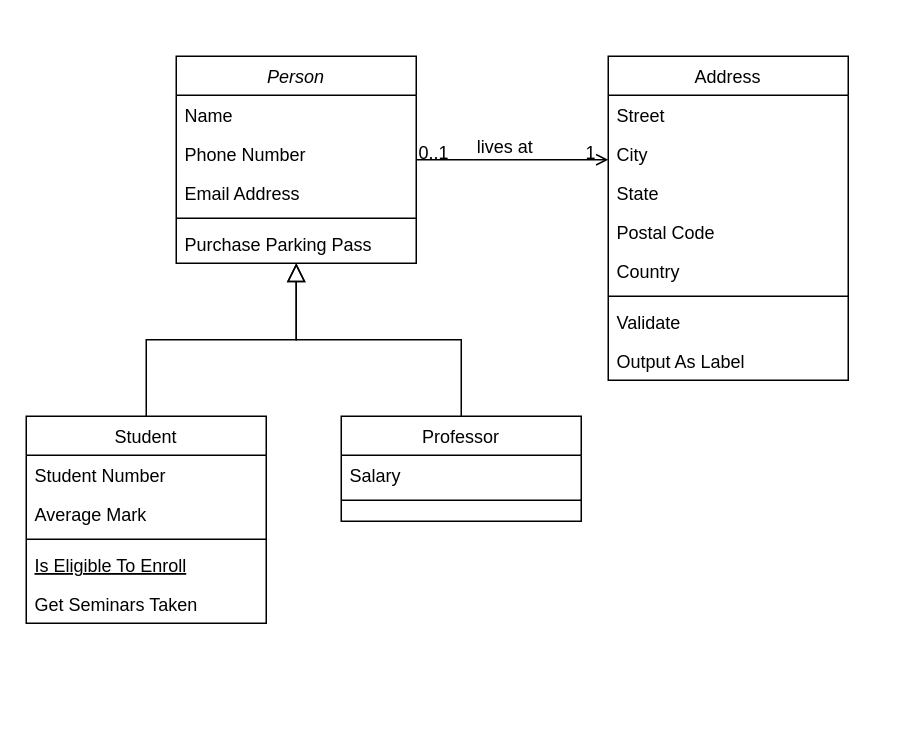
This is Use Case Diagrams/Untitled Diagram.drawio from gavinbarry60/group8, a draw.io file, before an edit. Source tidied: cells renumbered, new cells numbered last; positions are measured from the earlier drawing's top-left corner, leaving out a move shared by most shapes. Both pictures are drawn from the tidied source at 150%, with x=0, y=0 at pixel (26, 56).
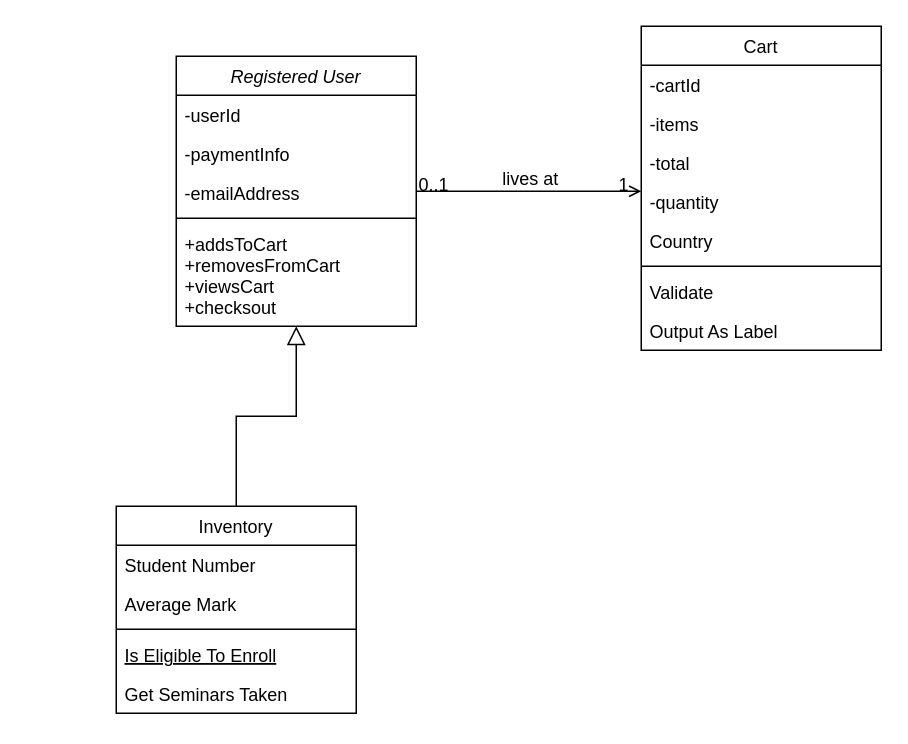
The same page after the edit.

Change to the diagram source:
```diff
@@
-    <mxCell id="2" value="Person" style="swimlane;fontStyle=2;align=center;verticalAlign=top;horizontal=1;startSize=26;rounded=0;shadow=0;strokeWidth=1;" parent="1" vertex="1">
-      <mxGeometry x="100" width="160" height="138" as="geometry" />
+    <mxCell id="2" value="Registered User" style="swimlane;fontStyle=2;align=center;verticalAlign=top;horizontal=1;startSize=26;rounded=0;shadow=0;strokeWidth=1;" parent="1" vertex="1">
+      <mxGeometry x="100" width="160" height="180" as="geometry" />
     </mxCell>
-    <mxCell id="3" value="Name" style="text;align=left;verticalAlign=top;spacingLeft=4;spacingRight=4;overflow=hidden;" parent="2" vertex="1">
+    <mxCell id="3" value="-userId" style="text;align=left;verticalAlign=top;spacingLeft=4;spacingRight=4;overflow=hidden;" parent="2" vertex="1">
       <mxGeometry y="26" width="160" height="26" as="geometry" />
     </mxCell>
-    <mxCell id="4" value="Phone Number" style="text;align=left;verticalAlign=top;spacingLeft=4;spacingRight=4;overflow=hidden;rounded=0;shadow=0;html=0;" parent="2" vertex="1">
+    <mxCell id="4" value="-paymentInfo" style="text;align=left;verticalAlign=top;spacingLeft=4;spacingRight=4;overflow=hidden;rounded=0;shadow=0;html=0;" parent="2" vertex="1">
       <mxGeometry y="52" width="160" height="26" as="geometry" />
     </mxCell>
-    <mxCell id="5" value="Email Address" style="text;align=left;verticalAlign=top;spacingLeft=4;spacingRight=4;overflow=hidden;rounded=0;shadow=0;html=0;" parent="2" vertex="1">
+    <mxCell id="5" value="-emailAddress" style="text;align=left;verticalAlign=top;spacingLeft=4;spacingRight=4;overflow=hidden;rounded=0;shadow=0;html=0;" parent="2" vertex="1">
       <mxGeometry y="78" width="160" height="26" as="geometry" />
     </mxCell>
@@
-    <mxCell id="7" value="Purchase Parking Pass" style="text;align=left;verticalAlign=top;spacingLeft=4;spacingRight=4;overflow=hidden;" parent="2" vertex="1">
-      <mxGeometry y="112" width="160" height="26" as="geometry" />
+    <mxCell id="7" value="+addsToCart&#10;+removesFromCart&#10;+viewsCart&#10;+checksout" style="text;align=left;verticalAlign=top;spacingLeft=4;spacingRight=4;overflow=hidden;" parent="2" vertex="1">
+      <mxGeometry y="112" width="160" height="68" as="geometry" />
     </mxCell>
-    <mxCell id="8" value="Student" style="swimlane;fontStyle=0;align=center;verticalAlign=top;horizontal=1;startSize=26;rounded=0;shadow=0;strokeWidth=1;" parent="1" vertex="1">
-      <mxGeometry y="240" width="160" height="138" as="geometry" />
+    <mxCell id="8" value="Inventory" style="swimlane;fontStyle=0;align=center;verticalAlign=top;horizontal=1;startSize=26;rounded=0;shadow=0;strokeWidth=1;" parent="1" vertex="1">
+      <mxGeometry x="60" y="300" width="160" height="138" as="geometry" />
     </mxCell>
@@
-    <mxCell id="15" value="Professor" style="swimlane;fontStyle=0;align=center;verticalAlign=top;horizontal=1;startSize=26;rounded=0;shadow=0;strokeWidth=1;" parent="1" vertex="1">
-      <mxGeometry x="210" y="240" width="160" height="70" as="geometry" />
-    </mxCell>
-    <mxCell id="16" value="Salary" style="text;align=left;verticalAlign=top;spacingLeft=4;spacingRight=4;overflow=hidden;" parent="15" vertex="1">
-      <mxGeometry y="26" width="160" height="26" as="geometry" />
-    </mxCell>
-    <mxCell id="17" style="line;html=1;strokeWidth=1;align=left;verticalAlign=middle;spacingTop=-1;spacingLeft=3;spacingRight=3;labelPosition=right;" parent="15" vertex="1">
-      <mxGeometry y="52" width="160" height="8" as="geometry" />
-    </mxCell>
-    <mxCell id="18" style="endArrow=block;endSize=10;endFill=0;shadow=0;strokeWidth=1;rounded=0;curved=0;edgeStyle=elbowEdgeStyle;elbow=vertical;" parent="1" edge="1" source="15" target="2">
-      <mxGeometry relative="1" as="geometry" />
-    </mxCell>
-    <mxCell id="19" value="Address" style="swimlane;fontStyle=0;align=center;verticalAlign=top;horizontal=1;startSize=26;rounded=0;shadow=0;strokeWidth=1;" parent="1" vertex="1">
-      <mxGeometry x="388" width="160" height="216" as="geometry" />
+    <mxCell id="19" value="Cart" style="swimlane;fontStyle=0;align=center;verticalAlign=top;horizontal=1;startSize=26;rounded=0;shadow=0;strokeWidth=1;" parent="1" vertex="1">
+      <mxGeometry x="410" y="-20" width="160" height="216" as="geometry" />
     </mxCell>
-    <mxCell id="20" value="Street" style="text;align=left;verticalAlign=top;spacingLeft=4;spacingRight=4;overflow=hidden;" parent="19" vertex="1">
+    <mxCell id="20" value="-cartId" style="text;align=left;verticalAlign=top;spacingLeft=4;spacingRight=4;overflow=hidden;" parent="19" vertex="1">
       <mxGeometry y="26" width="160" height="26" as="geometry" />
     </mxCell>
-    <mxCell id="21" value="City" style="text;align=left;verticalAlign=top;spacingLeft=4;spacingRight=4;overflow=hidden;rounded=0;shadow=0;html=0;" parent="19" vertex="1">
+    <mxCell id="21" value="-items" style="text;align=left;verticalAlign=top;spacingLeft=4;spacingRight=4;overflow=hidden;rounded=0;shadow=0;html=0;" parent="19" vertex="1">
       <mxGeometry y="52" width="160" height="26" as="geometry" />
     </mxCell>
-    <mxCell id="22" value="State" style="text;align=left;verticalAlign=top;spacingLeft=4;spacingRight=4;overflow=hidden;rounded=0;shadow=0;html=0;" parent="19" vertex="1">
+    <mxCell id="22" value="-total" style="text;align=left;verticalAlign=top;spacingLeft=4;spacingRight=4;overflow=hidden;rounded=0;shadow=0;html=0;" parent="19" vertex="1">
       <mxGeometry y="78" width="160" height="26" as="geometry" />
     </mxCell>
-    <mxCell id="23" value="Postal Code" style="text;align=left;verticalAlign=top;spacingLeft=4;spacingRight=4;overflow=hidden;rounded=0;shadow=0;html=0;" parent="19" vertex="1">
+    <mxCell id="23" value="-quantity" style="text;align=left;verticalAlign=top;spacingLeft=4;spacingRight=4;overflow=hidden;rounded=0;shadow=0;html=0;" parent="19" vertex="1">
       <mxGeometry y="104" width="160" height="26" as="geometry" />
     </mxCell>
```
